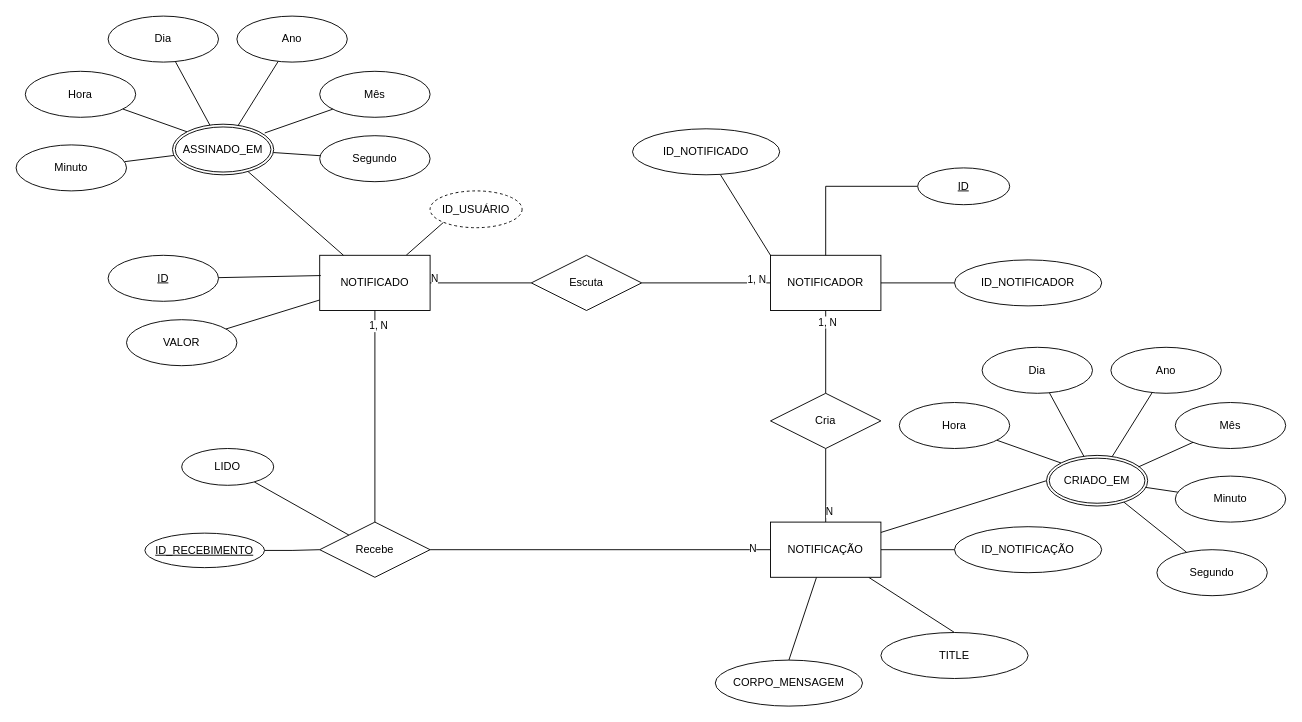
Above: docs/erd/erd.drawio in AppMorada/notificationApi (draw.io), before the change. Source tidied: cells renumbered, new cells numbered last; positions are measured from the earlier drawing's top-left corner, leaving out a move shared by most shapes. Both pictures are drawn from the tidied source at 92%, with x=0, y=0 at pixel (16, 16).
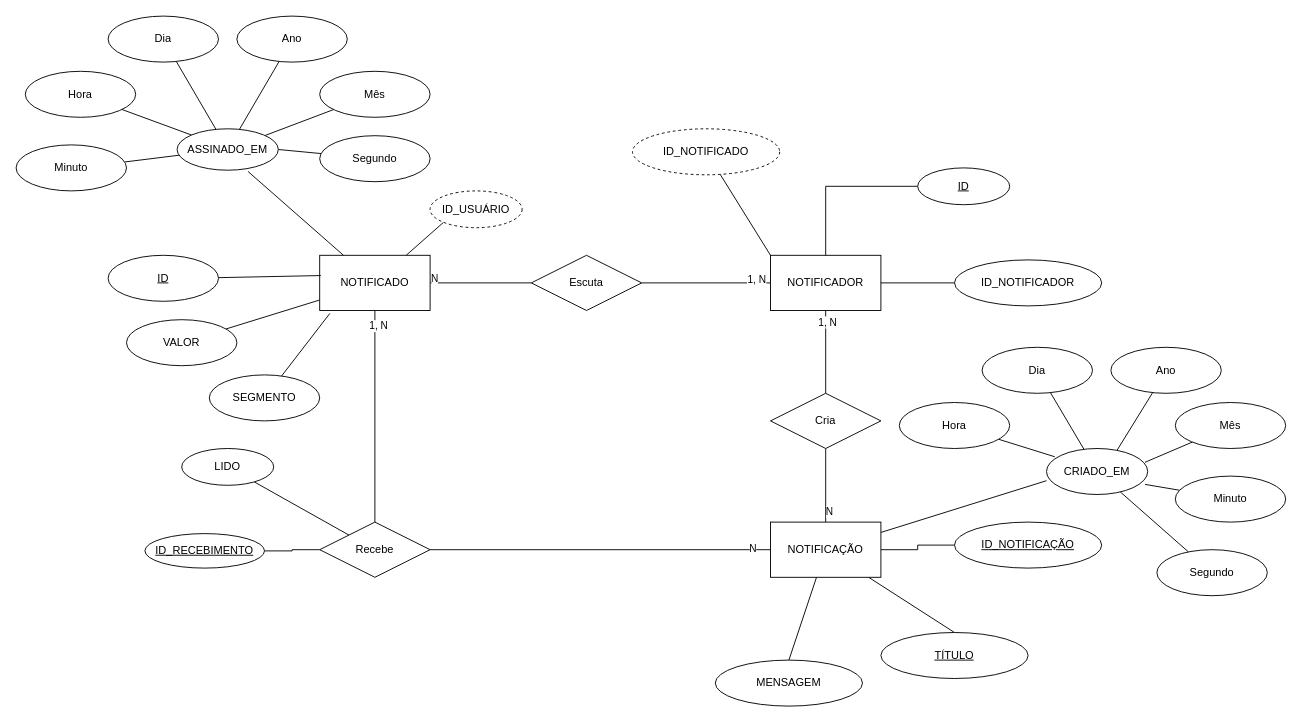
After the change.

Commit message (it also covers changes not shown here):
docs: trocar tipos de dados e alterar relações

The change refers to these unchanged cells:
```xml
<mxCell id="6" value="NOTIFICADO" style="rounded=0;whiteSpace=wrap;html=1;" parent="1" vertex="1">
  <mxGeometry x="330" y="260" width="120" height="60" as="geometry" />
</mxCell>
<mxCell id="15" value="Mês" style="ellipse;whiteSpace=wrap;html=1;" parent="1" vertex="1">
  <mxGeometry x="330" y="60" width="120" height="50" as="geometry" />
</mxCell>
<mxCell id="22" value="Segundo" style="ellipse;whiteSpace=wrap;html=1;" parent="1" vertex="1">
  <mxGeometry x="330" y="130" width="120" height="50" as="geometry" />
</mxCell>
<mxCell id="45" value="NOTIFICAÇÃO" style="rounded=0;whiteSpace=wrap;html=1;" parent="1" vertex="1">
  <mxGeometry x="820" y="550" width="120" height="60" as="geometry" />
</mxCell>
<mxCell id="52" value="Hora" style="ellipse;whiteSpace=wrap;html=1;" parent="1" vertex="1">
  <mxGeometry x="960" y="420" width="120" height="50" as="geometry" />
</mxCell>
<mxCell id="55" value="Mês" style="ellipse;whiteSpace=wrap;html=1;" parent="1" vertex="1">
  <mxGeometry x="1260" y="420" width="120" height="50" as="geometry" />
</mxCell>
<mxCell id="57" value="Ano" style="ellipse;whiteSpace=wrap;html=1;" parent="1" vertex="1">
  <mxGeometry x="1190" y="360" width="120" height="50" as="geometry" />
</mxCell>
<mxCell id="60" value="Minuto" style="ellipse;whiteSpace=wrap;html=1;" parent="1" vertex="1">
  <mxGeometry x="1260" y="500" width="120" height="50" as="geometry" />
</mxCell>
```

Diff of the diagram source:
```diff
@@
-    <mxCell id="9" style="rounded=0;jettySize=auto;html=1;endArrow=none;endFill=0;" parent="1" edge="1" source="10" target="6">
-      <mxGeometry relative="1" as="geometry" />
+    <mxCell id="9" style="rounded=0;jettySize=auto;html=1;endArrow=none;endFill=0;" parent="1" edge="1" target="6">
+      <mxGeometry relative="1" as="geometry">
+        <mxPoint x="252.1" y="168.9" as="sourcePoint" />
+      </mxGeometry>
     </mxCell>
-    <mxCell id="10" value="ASSINADO_EM" style="ellipse;shape=doubleEllipse;margin=3;whiteSpace=wrap;html=1;align=center;" parent="1" vertex="1">
-      <mxGeometry x="170" y="117.5" width="110" height="55" as="geometry" />
-    </mxCell>
@@
-    <mxCell id="18" style="rounded=0;jettySize=auto;html=1;entryX=0.912;entryY=0.173;entryDx=0;entryDy=0;entryPerimeter=0;endArrow=none;endFill=0;" parent="1" edge="1" source="15" target="10">
+    <mxCell id="18" style="rounded=0;jettySize=auto;html=1;endArrow=none;endFill=0;" parent="1" edge="1" source="15" target="10">
       <mxGeometry relative="1" as="geometry" />
     </mxCell>
@@
-    <mxCell id="21" style="rounded=0;jettySize=auto;html=1;endArrow=none;endFill=0;" parent="1" edge="1" source="22" target="10">
+    <mxCell id="21" style="rounded=0;jettySize=auto;html=1;endArrow=none;endFill=0;entryX=1;entryY=0.5;entryDx=0;entryDy=0;" parent="1" edge="1" source="22" target="10">
       <mxGeometry relative="1" as="geometry" />
     </mxCell>
@@
-    <mxCell id="36" value="ID_NOTIFICADO" style="ellipse;whiteSpace=wrap;html=1;align=center;" parent="1" vertex="1">
+    <mxCell id="36" value="ID_NOTIFICADO" style="ellipse;whiteSpace=wrap;html=1;align=center;dashed=1;" parent="1" vertex="1">
       <mxGeometry x="670" y="122.5" width="160" height="50" as="geometry" />
     </mxCell>
@@
-    <mxCell id="46" value="ID_NOTIFICAÇÃO" style="ellipse;whiteSpace=wrap;html=1;align=center;" parent="1" vertex="1">
-      <mxGeometry x="1020" y="555" width="160" height="50" as="geometry" />
+    <mxCell id="46" value="&lt;u&gt;ID_NOTIFICAÇÃO&lt;/u&gt;" style="ellipse;whiteSpace=wrap;html=1;align=center;" parent="1" vertex="1">
+      <mxGeometry x="1020" y="550" width="160" height="50" as="geometry" />
     </mxCell>
-    <mxCell id="47" value="TITLE" style="ellipse;whiteSpace=wrap;html=1;align=center;" parent="1" vertex="1">
+    <mxCell id="47" value="&lt;u&gt;TÍTULO&lt;/u&gt;" style="ellipse;whiteSpace=wrap;html=1;align=center;" parent="1" vertex="1">
       <mxGeometry x="940" y="670" width="160" height="50" as="geometry" />
     </mxCell>
-    <mxCell id="48" value="CORPO_MENSAGEM" style="ellipse;whiteSpace=wrap;html=1;align=center;" parent="1" vertex="1">
+    <mxCell id="48" value="MENSAGEM" style="ellipse;whiteSpace=wrap;html=1;align=center;" parent="1" vertex="1">
       <mxGeometry x="760" y="700" width="160" height="50" as="geometry" />
     </mxCell>
-    <mxCell id="49" style="rounded=0;jettySize=auto;html=1;exitX=0;exitY=0.5;exitDx=0;exitDy=0;endArrow=none;endFill=0;" parent="1" edge="1" source="50" target="45">
-      <mxGeometry relative="1" as="geometry" />
+    <mxCell id="49" style="rounded=0;jettySize=auto;html=1;exitX=0;exitY=0.5;exitDx=0;exitDy=0;endArrow=none;endFill=0;" parent="1" edge="1" target="45">
+      <mxGeometry relative="1" as="geometry">
+        <mxPoint x="1120" y="505" as="sourcePoint" />
+      </mxGeometry>
     </mxCell>
-    <mxCell id="50" value="CRIADO_EM" style="ellipse;shape=doubleEllipse;margin=3;whiteSpace=wrap;html=1;align=center;" parent="1" vertex="1">
-      <mxGeometry x="1120" y="477.5" width="110" height="55" as="geometry" />
-    </mxCell>
-    <mxCell id="51" style="rounded=0;jettySize=auto;html=1;entryX=0;entryY=0;entryDx=0;entryDy=0;endArrow=none;endFill=0;" parent="1" edge="1" source="52" target="50">
+    <mxCell id="51" style="rounded=0;jettySize=auto;html=1;entryX=0.082;entryY=0.18;entryDx=0;entryDy=0;endArrow=none;endFill=0;entryPerimeter=0;" parent="1" edge="1" source="52" target="50">
       <mxGeometry relative="1" as="geometry" />
     </mxCell>
@@
-    <mxCell id="56" style="rounded=0;jettySize=auto;html=1;endArrow=none;endFill=0;" parent="1" edge="1" source="57" target="50">
+    <mxCell id="56" style="rounded=0;jettySize=auto;html=1;endArrow=none;endFill=0;entryX=0.691;entryY=0.06;entryDx=0;entryDy=0;entryPerimeter=0;" parent="1" edge="1" source="57" target="50">
       <mxGeometry relative="1" as="geometry" />
     </mxCell>
@@
-    <mxCell id="58" style="rounded=0;jettySize=auto;html=1;endArrow=none;endFill=0;" parent="1" edge="1" source="55">
-      <mxGeometry relative="1" as="geometry">
-        <mxPoint x="1220" y="490" as="targetPoint" />
-      </mxGeometry>
+    <mxCell id="58" style="rounded=0;jettySize=auto;html=1;endArrow=none;endFill=0;entryX=0.973;entryY=0.3;entryDx=0;entryDy=0;entryPerimeter=0;" parent="1" edge="1" source="55" target="50">
+      <mxGeometry relative="1" as="geometry" />
     </mxCell>
-    <mxCell id="59" style="rounded=0;jettySize=auto;html=1;endArrow=none;endFill=0;" parent="1" edge="1" source="60" target="50">
+    <mxCell id="59" style="rounded=0;jettySize=auto;html=1;endArrow=none;endFill=0;entryX=0.973;entryY=0.78;entryDx=0;entryDy=0;entryPerimeter=0;" parent="1" edge="1" source="60" target="50">
       <mxGeometry relative="1" as="geometry" />
     </mxCell>
@@
     <mxCell id="67" value="ID_RECEBIMENTO" style="ellipse;whiteSpace=wrap;html=1;align=center;fontStyle=4;" parent="1" vertex="1">
-      <mxGeometry x="140" y="562" width="130" height="37.5" as="geometry" />
+      <mxGeometry x="140" y="562.5" width="130" height="37.5" as="geometry" />
     </mxCell>
@@
+    <mxCell id="10" value="ASSINADO_EM" style="ellipse;whiteSpace=wrap;html=1;align=center;" parent="1" vertex="1">
+      <mxGeometry x="175" y="122.5" width="110" height="45" as="geometry" />
+    </mxCell>
+    <mxCell id="50" value="CRIADO_EM" style="ellipse;whiteSpace=wrap;html=1;align=center;" parent="1" vertex="1">
+      <mxGeometry x="1120" y="470" width="110" height="50" as="geometry" />
+    </mxCell>
+    <mxCell id="70" value="SEGMENTO" style="ellipse;whiteSpace=wrap;html=1;" parent="1" vertex="1">
+      <mxGeometry x="210" y="390" width="120" height="50" as="geometry" />
+    </mxCell>
+    <mxCell id="71" style="rounded=0;jettySize=auto;html=1;entryX=0.092;entryY=1.053;entryDx=0;entryDy=0;entryPerimeter=0;endArrow=none;endFill=0;" parent="1" edge="1" source="70" target="6">
+      <mxGeometry relative="1" as="geometry" />
+    </mxCell>
```
